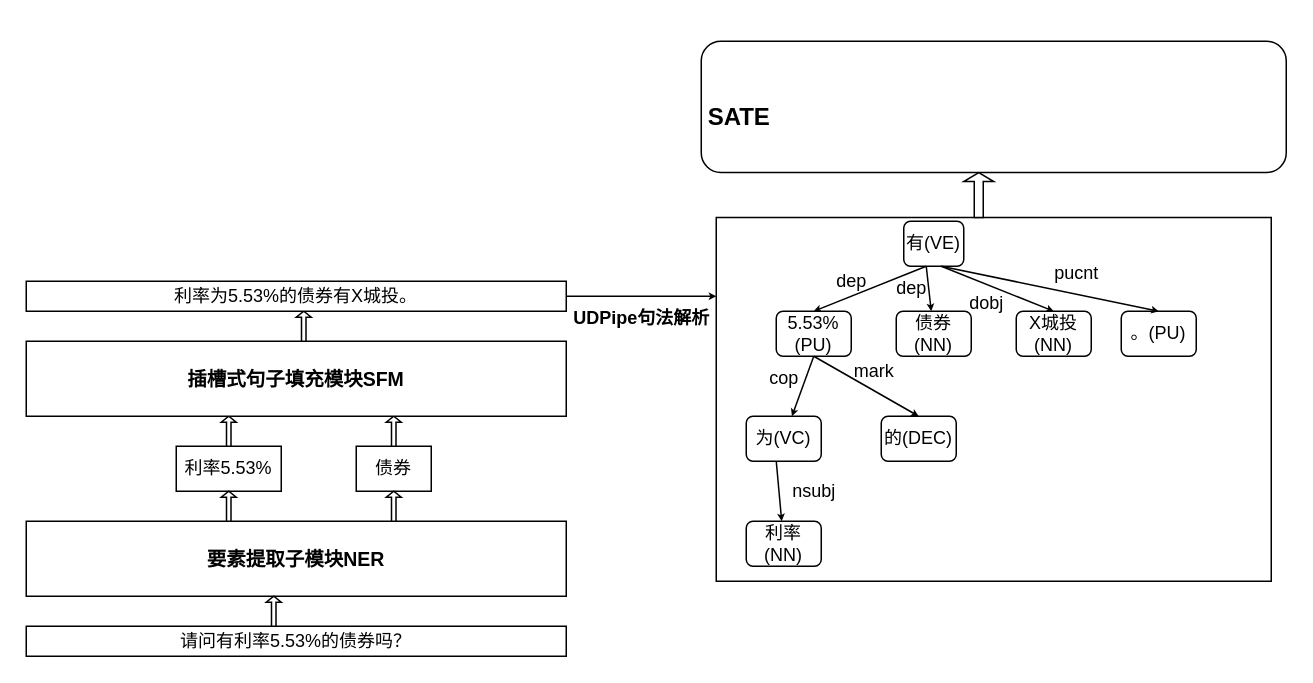
This is page "Page-2" (2 of 2) of 一种基于句法增强的转述式金融智能问答装置.drawio from Zoisaang/test1, a draw.io file, before an edit. Source tidied: cells renumbered, new cells numbered last; positions are measured from the earlier drawing's top-left corner, leaving out a move shared by most shapes. Both pictures are drawn from the tidied source at 150%, with x=0, y=0 at pixel (26, 40).
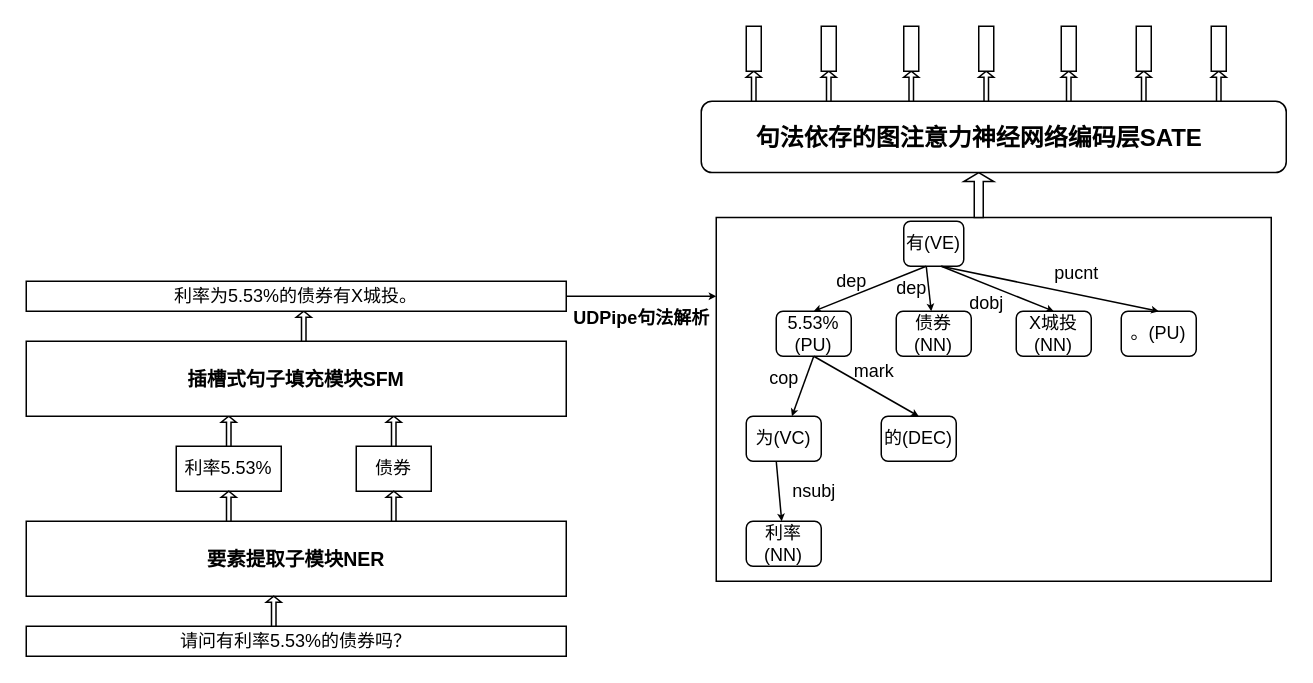
The same page after the edit.

Commit message (it also covers changes not shown here):
Update 一种基于句法增强的转述式金融智能问答装置.drawio

Diff of the diagram source:
```diff
@@
     <mxCell id="40" style="rounded=1;whiteSpace=wrap;html=1;strokeColor=#000000;strokeWidth=1;fillColor=#FFFFFF;" parent="1" vertex="1">
-      <mxGeometry x="450" width="390" height="87.5" as="geometry" />
+      <mxGeometry x="450" y="40" width="390" height="47.5" as="geometry" />
     </mxCell>
-    <mxCell id="41" value="&lt;font style=&quot;font-size: 16px&quot;&gt;&lt;b&gt;SATE&lt;/b&gt;&lt;/font&gt;" style="text;html=1;align=center;verticalAlign=middle;fillColor=none;strokeColor=none;rounded=0;" parent="1" vertex="1">
-      <mxGeometry x="445" y="40" width="60" height="20" as="geometry" />
+    <mxCell id="41" value="&lt;font style=&quot;font-size: 16px&quot;&gt;&lt;b&gt;&lt;span&gt;句法依存的图注意力神经网络编码层&lt;/span&gt;SATE&lt;/b&gt;&lt;/font&gt;" style="text;html=1;align=center;verticalAlign=middle;fillColor=none;strokeColor=none;rounded=0;" parent="1" vertex="1">
+      <mxGeometry x="480" y="53.8" width="310" height="20" as="geometry" />
     </mxCell>
+    <mxCell id="42" style="shape=singleArrow;direction=north;whiteSpace=wrap;html=1;strokeColor=#000000;strokeWidth=1;fillColor=#FFFFFF;" parent="1" vertex="1">
+      <mxGeometry x="530" y="20" width="10" height="20" as="geometry" />
+    </mxCell>
+    <mxCell id="43" style="shape=singleArrow;direction=north;whiteSpace=wrap;html=1;strokeColor=#000000;strokeWidth=1;fillColor=#FFFFFF;" parent="1" vertex="1">
+      <mxGeometry x="585" y="20" width="10" height="20" as="geometry" />
+    </mxCell>
+    <mxCell id="44" style="shape=singleArrow;direction=north;whiteSpace=wrap;html=1;strokeColor=#000000;strokeWidth=1;fillColor=#FFFFFF;" parent="1" vertex="1">
+      <mxGeometry x="635" y="20" width="10" height="20" as="geometry" />
+    </mxCell>
+    <mxCell id="45" style="shape=singleArrow;direction=north;whiteSpace=wrap;html=1;strokeColor=#000000;strokeWidth=1;fillColor=#FFFFFF;" parent="1" vertex="1">
+      <mxGeometry x="690" y="20" width="10" height="20" as="geometry" />
+    </mxCell>
+    <mxCell id="46" style="shape=singleArrow;direction=north;whiteSpace=wrap;html=1;strokeColor=#000000;strokeWidth=1;fillColor=#FFFFFF;" parent="1" vertex="1">
+      <mxGeometry x="740" y="20" width="10" height="20" as="geometry" />
+    </mxCell>
+    <mxCell id="47" style="shape=singleArrow;direction=north;whiteSpace=wrap;html=1;strokeColor=#000000;strokeWidth=1;fillColor=#FFFFFF;" parent="1" vertex="1">
+      <mxGeometry x="790" y="20" width="10" height="20" as="geometry" />
+    </mxCell>
+    <mxCell id="48" style="shape=singleArrow;direction=north;whiteSpace=wrap;html=1;strokeColor=#000000;strokeWidth=1;fillColor=#FFFFFF;" parent="1" vertex="1">
+      <mxGeometry x="480" y="20" width="10" height="20" as="geometry" />
+    </mxCell>
+    <mxCell id="49" style="rounded=0;whiteSpace=wrap;html=1;fontSize=16;strokeColor=#000000;strokeWidth=1;fillColor=#FFFFFF;" parent="1" vertex="1">
+      <mxGeometry x="480" y="-10" width="10" height="30" as="geometry" />
+    </mxCell>
+    <mxCell id="50" style="rounded=0;whiteSpace=wrap;html=1;fontSize=16;strokeColor=#000000;strokeWidth=1;fillColor=#FFFFFF;" parent="1" vertex="1">
+      <mxGeometry x="530" y="-10" width="10" height="30" as="geometry" />
+    </mxCell>
+    <mxCell id="51" style="rounded=0;whiteSpace=wrap;html=1;fontSize=16;strokeColor=#000000;strokeWidth=1;fillColor=#FFFFFF;" parent="1" vertex="1">
+      <mxGeometry x="585" y="-10" width="10" height="30" as="geometry" />
+    </mxCell>
+    <mxCell id="52" style="rounded=0;whiteSpace=wrap;html=1;fontSize=16;strokeColor=#000000;strokeWidth=1;fillColor=#FFFFFF;" parent="1" vertex="1">
+      <mxGeometry x="635" y="-10" width="10" height="30" as="geometry" />
+    </mxCell>
+    <mxCell id="53" style="rounded=0;whiteSpace=wrap;html=1;fontSize=16;strokeColor=#000000;strokeWidth=1;fillColor=#FFFFFF;" parent="1" vertex="1">
+      <mxGeometry x="690" y="-10" width="10" height="30" as="geometry" />
+    </mxCell>
+    <mxCell id="54" style="rounded=0;whiteSpace=wrap;html=1;fontSize=16;strokeColor=#000000;strokeWidth=1;fillColor=#FFFFFF;" parent="1" vertex="1">
+      <mxGeometry x="740" y="-10" width="10" height="30" as="geometry" />
+    </mxCell>
+    <mxCell id="55" style="rounded=0;whiteSpace=wrap;html=1;fontSize=16;strokeColor=#000000;strokeWidth=1;fillColor=#FFFFFF;" parent="1" vertex="1">
+      <mxGeometry x="790" y="-10" width="10" height="30" as="geometry" />
+    </mxCell>
```
